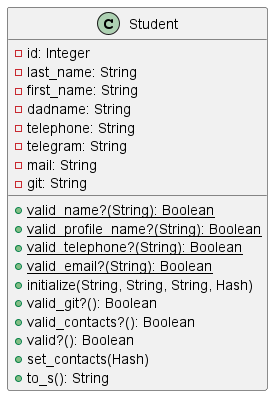
The PlantUML diagram LR2/Task1/StudentClassDiagram.png in KREEAL/RubyLabs, before a commit. Its diagram source:
```plantuml
@startuml

class Student {
    -id: Integer
    -last_name: String
    -first_name: String
    -dadname: String
    -telephone: String
    -telegram: String
    -mail: String
    -git: String
    +{static}valid_name?(String): Boolean
    +{static}valid_profile_name?(String): Boolean
    +{static}valid_telephone?(String): Boolean
    +{static}valid_email?(String): Boolean
    +initialize(String, String, String, Hash)
    +valid_git?(): Boolean
    +valid_contacts?(): Boolean
    +valid?(): Boolean
    +set_contacts(Hash)
    +to_s(): String
}
@enduml
```
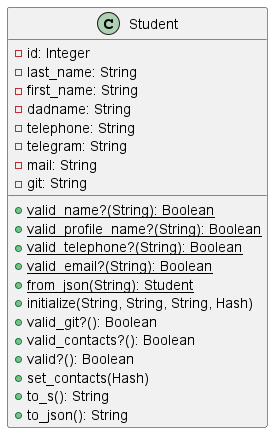
The same diagram one commit later.

Change to the diagram source:
```diff
@@ -13,11 +13,13 @@
     +{static}valid_profile_name?(String): Boolean
     +{static}valid_telephone?(String): Boolean
     +{static}valid_email?(String): Boolean
+    +{static}from_json(String): Student
     +initialize(String, String, String, Hash)
     +valid_git?(): Boolean
     +valid_contacts?(): Boolean
     +valid?(): Boolean
     +set_contacts(Hash)
     +to_s(): String
+    +to_json(): String
 }
 @enduml
```
